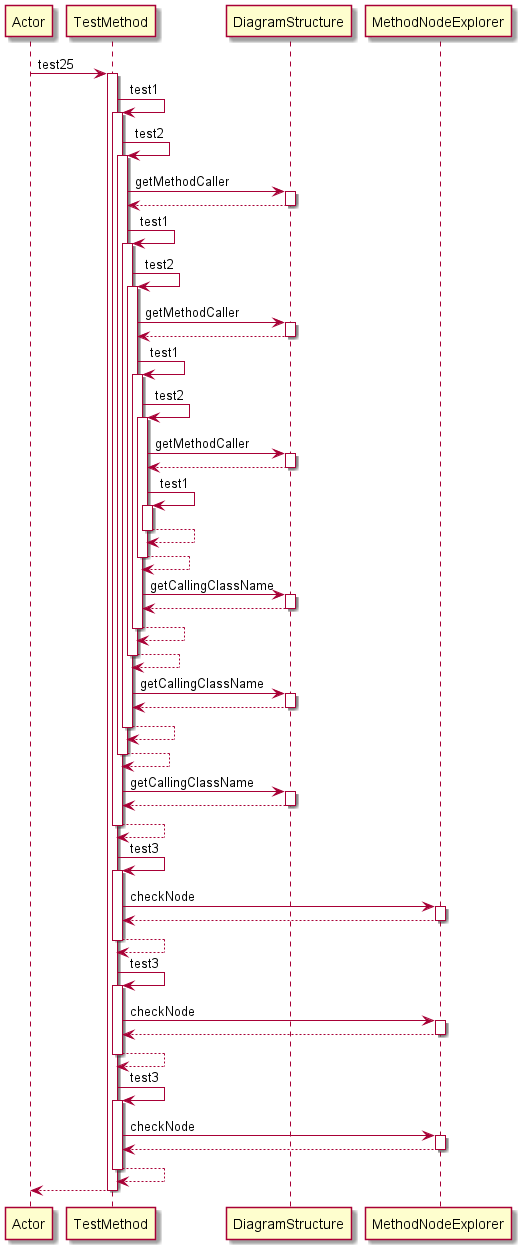
Before: Diagrams/test25.png, a diagram exported from PlantUML (manucapo/Gardener).
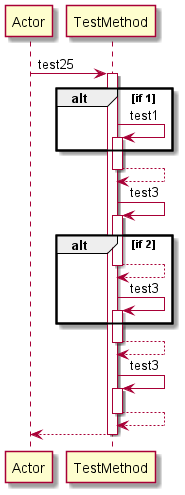
The same diagram one commit later.

The edit, as a diff of the source:
```diff
@@ -2,80 +2,24 @@
 participant Actor
 Actor -> TestMethod: test25
 activate TestMethod
+alt if 1
 TestMethod -> TestMethod: test1
 activate TestMethod
-TestMethod -> TestMethod: test2
-activate TestMethod
-TestMethod -> DiagramStructure: getMethodCaller
-activate DiagramStructure
-DiagramStructure-->TestMethod
-deactivate DiagramStructure
-TestMethod -> TestMethod: test1
-activate TestMethod
-TestMethod -> TestMethod: test2
-activate TestMethod
-TestMethod -> DiagramStructure: getMethodCaller
-activate DiagramStructure
-DiagramStructure-->TestMethod
-deactivate DiagramStructure
-TestMethod -> TestMethod: test1
-activate TestMethod
-TestMethod -> TestMethod: test2
-activate TestMethod
-TestMethod -> DiagramStructure: getMethodCaller
-activate DiagramStructure
-DiagramStructure-->TestMethod
-deactivate DiagramStructure
-TestMethod -> TestMethod: test1
-activate TestMethod
-TestMethod-->TestMethod
-deactivate TestMethod
-TestMethod-->TestMethod
-deactivate TestMethod
-TestMethod -> DiagramStructure: getCallingClassName
-activate DiagramStructure
-DiagramStructure-->TestMethod
-deactivate DiagramStructure
-TestMethod-->TestMethod
-deactivate TestMethod
-TestMethod-->TestMethod
-deactivate TestMethod
-TestMethod -> DiagramStructure: getCallingClassName
-activate DiagramStructure
-DiagramStructure-->TestMethod
-deactivate DiagramStructure
-TestMethod-->TestMethod
-deactivate TestMethod
-TestMethod-->TestMethod
-deactivate TestMethod
-TestMethod -> DiagramStructure: getCallingClassName
-activate DiagramStructure
-DiagramStructure-->TestMethod
-deactivate DiagramStructure
+end
 TestMethod-->TestMethod
 deactivate TestMethod
 TestMethod -> TestMethod: test3
 activate TestMethod
-TestMethod -> MethodNodeExplorer: checkNode
-activate MethodNodeExplorer
-MethodNodeExplorer-->TestMethod
-deactivate MethodNodeExplorer
+alt if 2
 TestMethod-->TestMethod
 deactivate TestMethod
 TestMethod -> TestMethod: test3
 activate TestMethod
-TestMethod -> MethodNodeExplorer: checkNode
-activate MethodNodeExplorer
-MethodNodeExplorer-->TestMethod
-deactivate MethodNodeExplorer
+end
 TestMethod-->TestMethod
 deactivate TestMethod
 TestMethod -> TestMethod: test3
 activate TestMethod
-TestMethod -> MethodNodeExplorer: checkNode
-activate MethodNodeExplorer
-MethodNodeExplorer-->TestMethod
-deactivate MethodNodeExplorer
 TestMethod-->TestMethod
 deactivate TestMethod
 return
```
